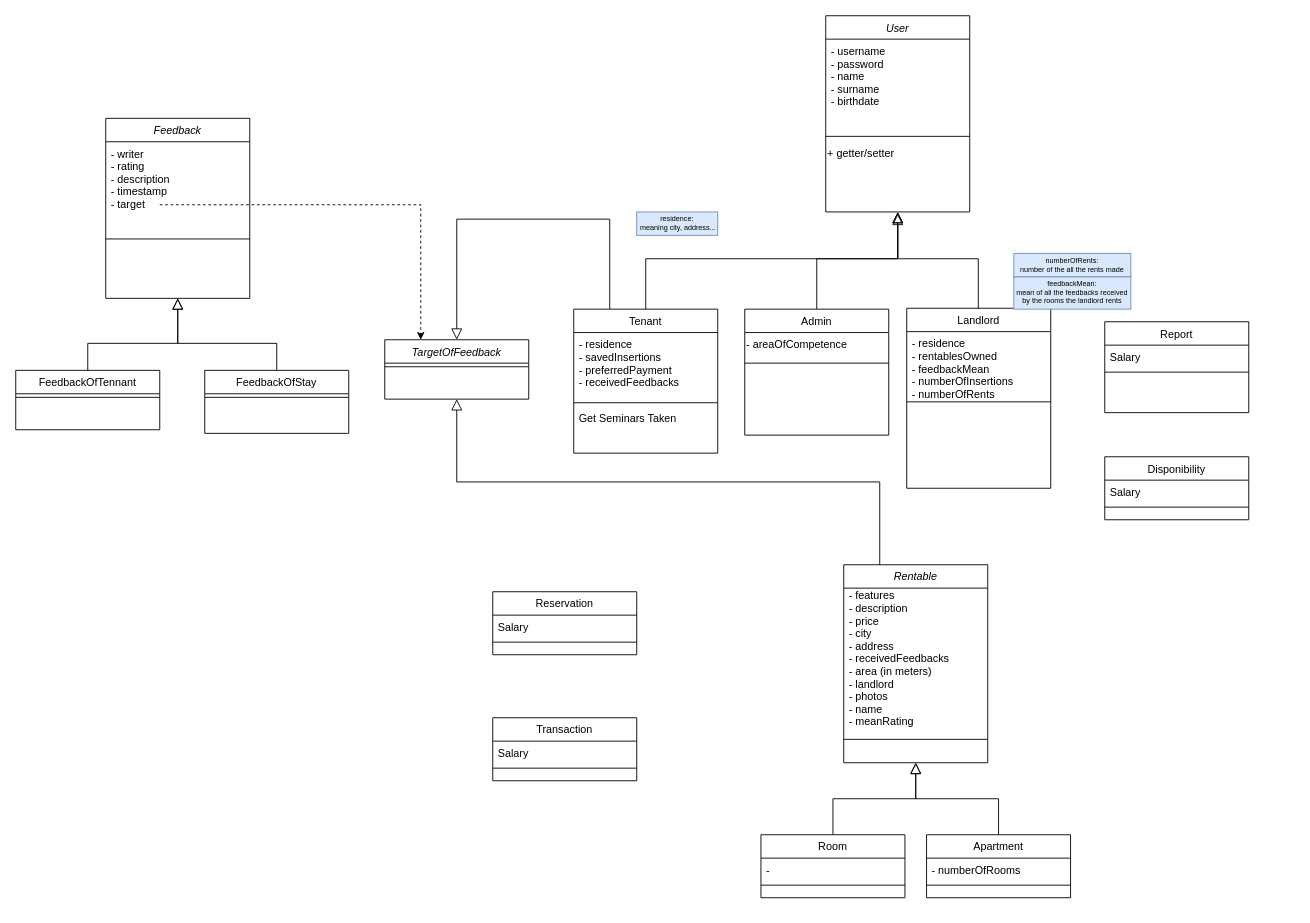
dnbias/hroom keeps this draw.io diagram as class_diagram.drawio. Above is the earlier version. Source tidied: cells renumbered, new cells numbered last; positions are measured from the earlier drawing's top-left corner, leaving out a move shared by most shapes. Both pictures are drawn from the tidied source at 90%, with x=0, y=0 at pixel (15, 15).
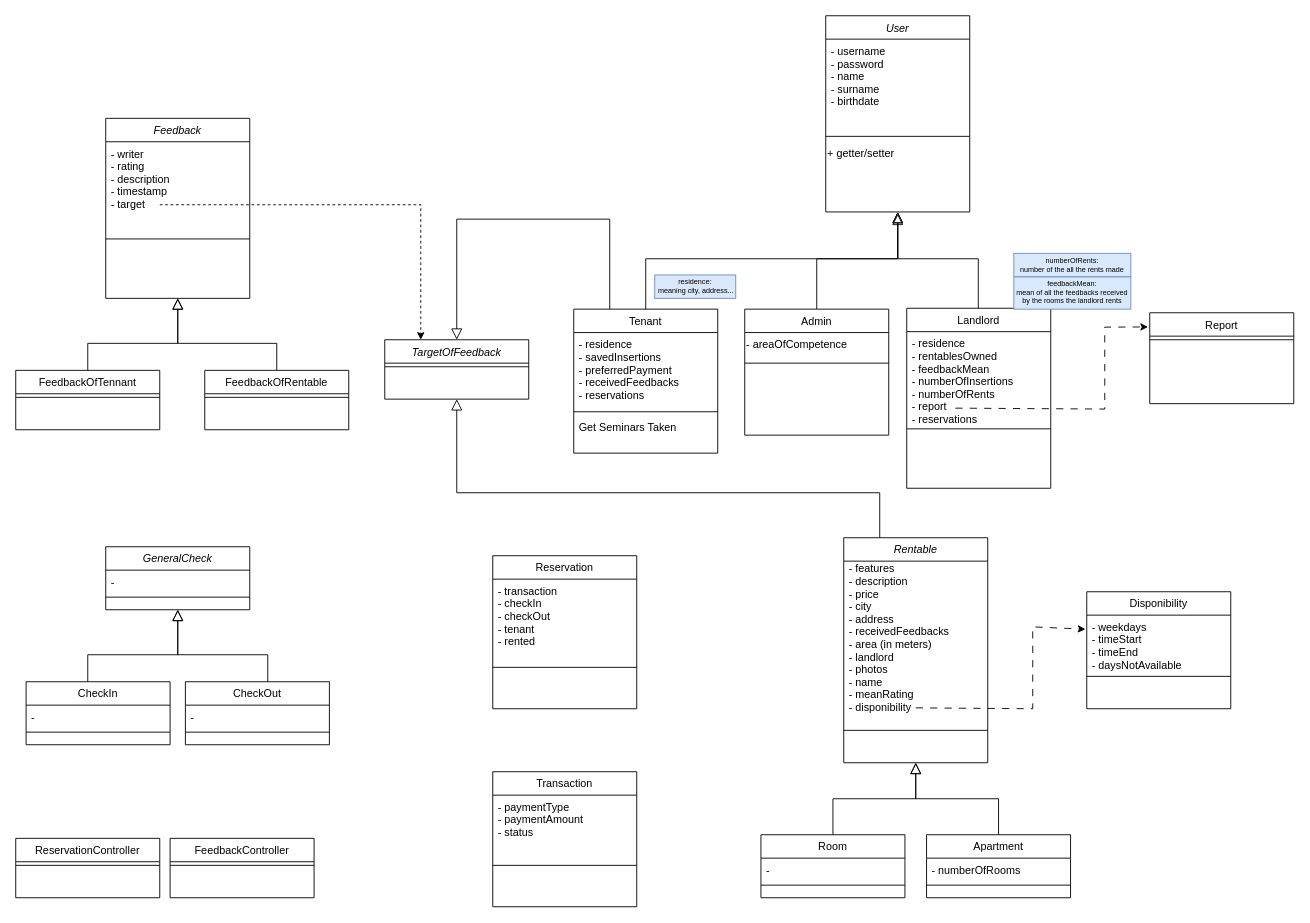
The same page after the edit.

The change refers to these unchanged cells:
```xml
<mxCell id="6" value="Tenant" style="swimlane;fontStyle=0;align=center;verticalAlign=top;horizontal=1;startSize=26;rounded=0;shadow=0;strokeWidth=1;" parent="1" vertex="1">
  <mxGeometry x="620" y="326" width="160" height="160" as="geometry" />
</mxCell>
<mxCell id="11" value="Landlord" style="swimlane;fontStyle=0;align=center;verticalAlign=top;horizontal=1;startSize=26;rounded=0;shadow=0;strokeWidth=1;" parent="1" vertex="1">
  <mxGeometry x="990" y="325" width="160" height="200" as="geometry" />
</mxCell>
<mxCell id="51" value="TargetOfFeedback" style="swimlane;fontStyle=2;align=center;verticalAlign=top;horizontal=1;startSize=26;rounded=0;shadow=0;strokeWidth=1;" parent="1" vertex="1">
  <mxGeometry x="410" y="360" width="160" height="66" as="geometry" />
</mxCell>
```

Change to the diagram source:
```diff
@@
-    <mxCell id="7" value="- residence&#10;- savedInsertions&#10;- preferredPayment&#10;- receivedFeedbacks&#10;&#10;" style="text;align=left;verticalAlign=top;spacingLeft=4;spacingRight=4;overflow=hidden;" parent="6" vertex="1">
-      <mxGeometry y="26" width="160" height="74" as="geometry" />
+    <mxCell id="7" value="- residence&#10;- savedInsertions&#10;- preferredPayment&#10;- receivedFeedbacks&#10;- reservations&#10;&#10;" style="text;align=left;verticalAlign=top;spacingLeft=4;spacingRight=4;overflow=hidden;" parent="6" vertex="1">
+      <mxGeometry y="26" width="160" height="84" as="geometry" />
     </mxCell>
     <mxCell id="8" style="line;html=1;strokeWidth=1;align=left;verticalAlign=middle;spacingTop=-1;spacingLeft=3;spacingRight=3;labelPosition=right;" parent="6" vertex="1">
-      <mxGeometry y="100" width="160" height="8" as="geometry" />
+      <mxGeometry y="110" width="160" height="8" as="geometry" />
     </mxCell>
     <mxCell id="9" value="Get Seminars Taken" style="text;align=left;verticalAlign=top;spacingLeft=4;spacingRight=4;overflow=hidden;" parent="6" vertex="1">
-      <mxGeometry y="108" width="160" height="26" as="geometry" />
+      <mxGeometry y="118" width="160" height="26" as="geometry" />
     </mxCell>
@@
-    <mxCell id="12" value="- residence&#10;- rentablesOwned&#10;- feedbackMean&#10;- numberOfInsertions&#10;- numberOfRents&#10;&#10;" style="text;align=left;verticalAlign=top;spacingLeft=4;spacingRight=4;overflow=hidden;" parent="11" vertex="1">
-      <mxGeometry y="26" width="160" height="74" as="geometry" />
+    <mxCell id="12" value="- residence&#10;- rentablesOwned&#10;- feedbackMean&#10;- numberOfInsertions&#10;- numberOfRents&#10;- report&#10;- reservations&#10;" style="text;align=left;verticalAlign=top;spacingLeft=4;spacingRight=4;overflow=hidden;" parent="11" vertex="1">
+      <mxGeometry y="26" width="160" height="104" as="geometry" />
     </mxCell>
     <mxCell id="13" style="line;html=1;strokeWidth=1;align=left;verticalAlign=middle;spacingTop=-1;spacingLeft=3;spacingRight=3;labelPosition=right;" parent="11" vertex="1">
-      <mxGeometry y="100" width="160" height="8" as="geometry" />
+      <mxGeometry y="130" width="160" height="8" as="geometry" />
     </mxCell>
@@
     <mxCell id="17" value="Report" style="swimlane;fontStyle=0;align=center;verticalAlign=top;horizontal=1;startSize=26;rounded=0;shadow=0;strokeWidth=1;" parent="1" vertex="1">
-      <mxGeometry x="1210" y="340" width="160" height="101" as="geometry" />
+      <mxGeometry x="1260" y="330" width="160" height="101" as="geometry" />
     </mxCell>
-    <mxCell id="18" value="Salary" style="text;align=left;verticalAlign=top;spacingLeft=4;spacingRight=4;overflow=hidden;" parent="17" vertex="1">
-      <mxGeometry y="26" width="160" height="26" as="geometry" />
-    </mxCell>
     <mxCell id="19" style="line;html=1;strokeWidth=1;align=left;verticalAlign=middle;spacingTop=-1;spacingLeft=3;spacingRight=3;labelPosition=right;" parent="17" vertex="1">
-      <mxGeometry y="52" width="160" height="8" as="geometry" />
+      <mxGeometry y="26" width="160" height="8" as="geometry" />
     </mxCell>
-    <mxCell id="20" value="Disponibility" style="swimlane;fontStyle=0;align=center;verticalAlign=top;horizontal=1;startSize=26;rounded=0;shadow=0;strokeWidth=1;" parent="1" vertex="1">
-      <mxGeometry x="1210" y="490" width="160" height="70" as="geometry" />
-    </mxCell>
-    <mxCell id="21" value="Salary" style="text;align=left;verticalAlign=top;spacingLeft=4;spacingRight=4;overflow=hidden;points=[[0,0.5],[1,0.5]];portConstraint=eastwest;" parent="20" vertex="1">
-      <mxGeometry y="26" width="160" height="26" as="geometry" />
-    </mxCell>
-    <mxCell id="22" style="line;html=1;strokeWidth=1;align=left;verticalAlign=middle;spacingTop=-1;spacingLeft=3;spacingRight=3;labelPosition=right;" parent="20" vertex="1">
-      <mxGeometry y="52" width="160" height="8" as="geometry" />
-    </mxCell>
     <mxCell id="23" value="Rentable" style="swimlane;fontStyle=2;align=center;verticalAlign=top;horizontal=1;startSize=26;rounded=0;shadow=0;strokeWidth=1;" parent="1" vertex="1">
-      <mxGeometry x="920" y="610" width="160" height="220" as="geometry" />
+      <mxGeometry x="920" y="580" width="160" height="250" as="geometry" />
     </mxCell>
-    <mxCell id="24" value="- features&#10;- description&#10;- price&#10;- city&#10;- address&#10;- receivedFeedbacks&#10;- area (in meters)&#10;- landlord&#10;- photos&#10;- name&#10;- meanRating&#10;&#10;&#10;&#10;&#10;" style="text;align=left;verticalAlign=middle;spacingLeft=4;spacingRight=4;overflow=hidden;labelPosition=center;verticalLabelPosition=middle;" parent="23" vertex="1">
-      <mxGeometry y="26" width="160" height="164" as="geometry" />
+    <mxCell id="24" value="- features&#10;- description&#10;- price&#10;- city&#10;- address&#10;- receivedFeedbacks&#10;- area (in meters)&#10;- landlord&#10;- photos&#10;- name&#10;- meanRating&#10;- disponibility&#10;&#10;&#10;&#10;&#10;&#10;" style="text;align=left;verticalAlign=middle;spacingLeft=4;spacingRight=4;overflow=hidden;labelPosition=center;verticalLabelPosition=middle;" parent="23" vertex="1">
+      <mxGeometry y="26" width="160" height="184" as="geometry" />
     </mxCell>
     <mxCell id="25" style="line;html=1;strokeWidth=1;align=left;verticalAlign=middle;spacingTop=-1;spacingLeft=3;spacingRight=3;labelPosition=right;" parent="23" vertex="1">
-      <mxGeometry y="190" width="160" height="8" as="geometry" />
+      <mxGeometry y="210" width="160" height="8" as="geometry" />
     </mxCell>
@@
     <mxCell id="32" value="Reservation" style="swimlane;fontStyle=0;align=center;verticalAlign=top;horizontal=1;startSize=26;rounded=0;shadow=0;strokeWidth=1;" parent="1" vertex="1">
-      <mxGeometry x="530" y="640" width="160" height="70" as="geometry" />
+      <mxGeometry x="530" y="600" width="160" height="170" as="geometry" />
     </mxCell>
-    <mxCell id="33" value="Salary" style="text;align=left;verticalAlign=top;spacingLeft=4;spacingRight=4;overflow=hidden;" parent="32" vertex="1">
-      <mxGeometry y="26" width="160" height="26" as="geometry" />
+    <mxCell id="33" value="- transaction&#10;- checkIn&#10;- checkOut&#10;- tenant&#10;- rented&#10;" style="text;align=left;verticalAlign=top;spacingLeft=4;spacingRight=4;overflow=hidden;" parent="32" vertex="1">
+      <mxGeometry y="26" width="160" height="94" as="geometry" />
     </mxCell>
     <mxCell id="34" style="line;html=1;strokeWidth=1;align=left;verticalAlign=middle;spacingTop=-1;spacingLeft=3;spacingRight=3;labelPosition=right;" parent="32" vertex="1">
-      <mxGeometry y="52" width="160" height="8" as="geometry" />
+      <mxGeometry y="120" width="160" height="8" as="geometry" />
     </mxCell>
     <mxCell id="35" value="Transaction" style="swimlane;fontStyle=0;align=center;verticalAlign=top;horizontal=1;startSize=26;rounded=0;shadow=0;strokeWidth=1;" parent="1" vertex="1">
-      <mxGeometry x="530" y="780" width="160" height="70" as="geometry" />
+      <mxGeometry x="530" y="840" width="160" height="150" as="geometry" />
     </mxCell>
-    <mxCell id="36" value="Salary" style="text;align=left;verticalAlign=top;spacingLeft=4;spacingRight=4;overflow=hidden;" parent="35" vertex="1">
-      <mxGeometry y="26" width="160" height="26" as="geometry" />
+    <mxCell id="36" value="- paymentType&#10;- paymentAmount&#10;- status&#10;" style="text;align=left;verticalAlign=top;spacingLeft=4;spacingRight=4;overflow=hidden;" parent="35" vertex="1">
+      <mxGeometry y="26" width="160" height="74" as="geometry" />
     </mxCell>
     <mxCell id="37" style="line;html=1;strokeWidth=1;align=left;verticalAlign=middle;spacingTop=-1;spacingLeft=3;spacingRight=3;labelPosition=right;" parent="35" vertex="1">
-      <mxGeometry y="52" width="160" height="8" as="geometry" />
+      <mxGeometry y="100" width="160" height="8" as="geometry" />
     </mxCell>
-    <mxCell id="38" value="FeedbackOfStay" style="swimlane;fontStyle=0;align=center;verticalAlign=top;horizontal=1;startSize=26;rounded=0;shadow=0;strokeWidth=1;" parent="1" vertex="1">
-      <mxGeometry x="210" y="394" width="160" height="70" as="geometry" />
-    </mxCell>
-    <mxCell id="39" style="line;html=1;strokeWidth=1;align=left;verticalAlign=middle;spacingTop=-1;spacingLeft=3;spacingRight=3;labelPosition=right;" parent="38" vertex="1">
-      <mxGeometry y="26" width="160" height="8" as="geometry" />
-    </mxCell>
@@
     <mxCell id="54" style="endArrow=block;endSize=10;endFill=0;shadow=0;strokeWidth=1;rounded=0;edgeStyle=elbowEdgeStyle;elbow=vertical;exitX=0.25;exitY=0;exitDx=0;exitDy=0;entryX=0.5;entryY=1;entryDx=0;entryDy=0;" parent="1" edge="1" source="23" target="51">
-      <mxGeometry relative="1" as="geometry" />
+      <mxGeometry relative="1" as="geometry">
+        <Array as="points">
+          <mxPoint x="720" y="530" />
+        </Array>
+      </mxGeometry>
     </mxCell>
@@
     <mxCell id="58" value="&lt;div style=&quot;font-size: 8px;&quot;&gt;residence:&lt;/div&gt;&lt;div style=&quot;font-size: 8px;&quot;&gt;&amp;nbsp;meaning city, address...&lt;/div&gt;" style="text;html=1;strokeColor=#6c8ebf;fillColor=#dae8fc;align=center;verticalAlign=middle;whiteSpace=wrap;rounded=0;fontSize=8;" parent="1" vertex="1">
-      <mxGeometry x="690" y="218" width="90" height="26" as="geometry" />
+      <mxGeometry x="710" y="288" width="90" height="26" as="geometry" />
     </mxCell>
@@
+    <mxCell id="60" style="endArrow=classic;html=1;rounded=0;entryX=-0.012;entryY=0.156;entryDx=0;entryDy=0;entryPerimeter=0;dashed=1;dashPattern=8 8;" parent="1" edge="1" target="17">
+      <mxGeometry relative="1" as="geometry">
+        <mxPoint x="1044" y="436" as="sourcePoint" />
+        <Array as="points">
+          <mxPoint x="1210" y="437" />
+          <mxPoint x="1210" y="346" />
+        </Array>
+      </mxGeometry>
+    </mxCell>
+    <mxCell id="20" value="Disponibility" style="swimlane;fontStyle=0;align=center;verticalAlign=top;horizontal=1;startSize=26;rounded=0;shadow=0;strokeWidth=1;" parent="1" vertex="1">
+      <mxGeometry x="1190" y="640" width="160" height="130" as="geometry" />
+    </mxCell>
+    <mxCell id="21" value="- weekdays&#10;- timeStart&#10;- timeEnd&#10;- daysNotAvailable&#10;&#10;&#10;" style="text;align=left;verticalAlign=top;spacingLeft=4;spacingRight=4;overflow=hidden;points=[[0,0.5],[1,0.5]];portConstraint=eastwest;" parent="20" vertex="1">
+      <mxGeometry y="26" width="160" height="64" as="geometry" />
+    </mxCell>
+    <mxCell id="22" style="line;html=1;strokeWidth=1;align=left;verticalAlign=middle;spacingTop=-1;spacingLeft=3;spacingRight=3;labelPosition=right;" parent="20" vertex="1">
+      <mxGeometry y="90" width="160" height="8" as="geometry" />
+    </mxCell>
+    <mxCell id="61" style="endArrow=classic;html=1;rounded=0;entryX=-0.009;entryY=0.244;entryDx=0;entryDy=0;entryPerimeter=0;dashed=1;dashPattern=8 8;" parent="1" edge="1" target="21">
+      <mxGeometry relative="1" as="geometry">
+        <mxPoint x="1000" y="769" as="sourcePoint" />
+        <Array as="points">
+          <mxPoint x="1130" y="770" />
+          <mxPoint x="1130" y="679" />
+        </Array>
+      </mxGeometry>
+    </mxCell>
+    <mxCell id="62" value="CheckIn" style="swimlane;fontStyle=0;align=center;verticalAlign=top;horizontal=1;startSize=26;rounded=0;shadow=0;strokeWidth=1;" parent="1" vertex="1">
+      <mxGeometry x="11.5" y="740" width="160" height="70" as="geometry" />
+    </mxCell>
+    <mxCell id="63" value="- " style="text;align=left;verticalAlign=top;spacingLeft=4;spacingRight=4;overflow=hidden;" parent="62" vertex="1">
+      <mxGeometry y="26" width="160" height="26" as="geometry" />
+    </mxCell>
+    <mxCell id="64" style="line;html=1;strokeWidth=1;align=left;verticalAlign=middle;spacingTop=-1;spacingLeft=3;spacingRight=3;labelPosition=right;" parent="62" vertex="1">
+      <mxGeometry y="52" width="160" height="8" as="geometry" />
+    </mxCell>
+    <mxCell id="65" value="CheckOut" style="swimlane;fontStyle=0;align=center;verticalAlign=top;horizontal=1;startSize=26;rounded=0;shadow=0;strokeWidth=1;" parent="1" vertex="1">
+      <mxGeometry x="188.5" y="740" width="160" height="70" as="geometry" />
+    </mxCell>
+    <mxCell id="66" value="- " style="text;align=left;verticalAlign=top;spacingLeft=4;spacingRight=4;overflow=hidden;" parent="65" vertex="1">
+      <mxGeometry y="26" width="160" height="26" as="geometry" />
+    </mxCell>
+    <mxCell id="67" style="line;html=1;strokeWidth=1;align=left;verticalAlign=middle;spacingTop=-1;spacingLeft=3;spacingRight=3;labelPosition=right;" parent="65" vertex="1">
+      <mxGeometry y="52" width="160" height="8" as="geometry" />
+    </mxCell>
+    <mxCell id="68" value="GeneralCheck" style="swimlane;fontStyle=2;align=center;verticalAlign=top;horizontal=1;startSize=26;rounded=0;shadow=0;strokeWidth=1;" parent="1" vertex="1">
+      <mxGeometry x="100" y="590" width="160" height="70" as="geometry" />
+    </mxCell>
+    <mxCell id="69" value="- " style="text;align=left;verticalAlign=top;spacingLeft=4;spacingRight=4;overflow=hidden;" parent="68" vertex="1">
+      <mxGeometry y="26" width="160" height="26" as="geometry" />
+    </mxCell>
+    <mxCell id="70" style="line;html=1;strokeWidth=1;align=left;verticalAlign=middle;spacingTop=-1;spacingLeft=3;spacingRight=3;labelPosition=right;" parent="68" vertex="1">
+      <mxGeometry y="52" width="160" height="8" as="geometry" />
+    </mxCell>
+    <mxCell id="71" style="endArrow=block;endSize=10;endFill=0;shadow=0;strokeWidth=1;rounded=0;edgeStyle=elbowEdgeStyle;elbow=vertical;" parent="1" edge="1">
+      <mxGeometry relative="1" as="geometry">
+        <mxPoint x="280" y="740" as="sourcePoint" />
+        <mxPoint x="180" y="660" as="targetPoint" />
+        <Array as="points">
+          <mxPoint x="230" y="710" />
+        </Array>
+      </mxGeometry>
+    </mxCell>
+    <mxCell id="72" style="endArrow=block;endSize=10;endFill=0;shadow=0;strokeWidth=1;rounded=0;edgeStyle=elbowEdgeStyle;elbow=vertical;" parent="1" edge="1">
+      <mxGeometry relative="1" as="geometry">
+        <mxPoint x="80" y="740" as="sourcePoint" />
+        <mxPoint x="180" y="660" as="targetPoint" />
+        <Array as="points">
+          <mxPoint x="130" y="710" />
+        </Array>
+      </mxGeometry>
+    </mxCell>
+    <mxCell id="73" value="FeedbackOfRentable" style="swimlane;fontStyle=0;align=center;verticalAlign=top;horizontal=1;startSize=26;rounded=0;shadow=0;strokeWidth=1;" parent="1" vertex="1">
+      <mxGeometry x="210" y="394" width="160" height="66" as="geometry" />
+    </mxCell>
+    <mxCell id="74" style="line;html=1;strokeWidth=1;align=left;verticalAlign=middle;spacingTop=-1;spacingLeft=3;spacingRight=3;labelPosition=right;" parent="73" vertex="1">
+      <mxGeometry y="26" width="160" height="8" as="geometry" />
+    </mxCell>
+    <mxCell id="75" value="ReservationController" style="swimlane;fontStyle=0;align=center;verticalAlign=top;horizontal=1;startSize=26;rounded=0;shadow=0;strokeWidth=1;" parent="1" vertex="1">
+      <mxGeometry y="914" width="160" height="66" as="geometry" />
+    </mxCell>
+    <mxCell id="76" style="line;html=1;strokeWidth=1;align=left;verticalAlign=middle;spacingTop=-1;spacingLeft=3;spacingRight=3;labelPosition=right;" parent="75" vertex="1">
+      <mxGeometry y="26" width="160" height="8" as="geometry" />
+    </mxCell>
+    <mxCell id="77" value="FeedbackController" style="swimlane;fontStyle=0;align=center;verticalAlign=top;horizontal=1;startSize=26;rounded=0;shadow=0;strokeWidth=1;" parent="1" vertex="1">
+      <mxGeometry x="171.5" y="914" width="160" height="66" as="geometry" />
+    </mxCell>
+    <mxCell id="78" style="line;html=1;strokeWidth=1;align=left;verticalAlign=middle;spacingTop=-1;spacingLeft=3;spacingRight=3;labelPosition=right;" parent="77" vertex="1">
+      <mxGeometry y="26" width="160" height="8" as="geometry" />
+    </mxCell>
```
